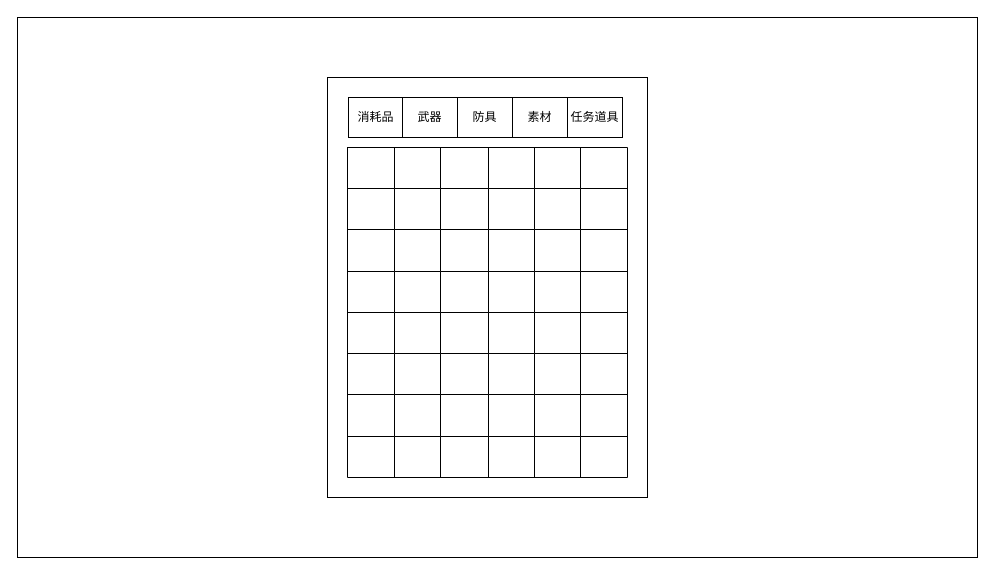
The draw.io diagram inventory_ui.drawio in ssw940521/archerBackend, before the edit. Source tidied: cells renumbered, new cells numbered last; positions are measured from the earlier drawing's top-left corner, leaving out a move shared by most shapes. Both pictures are drawn from the tidied source at 100%, with x=0, y=0 at pixel (17, 17).
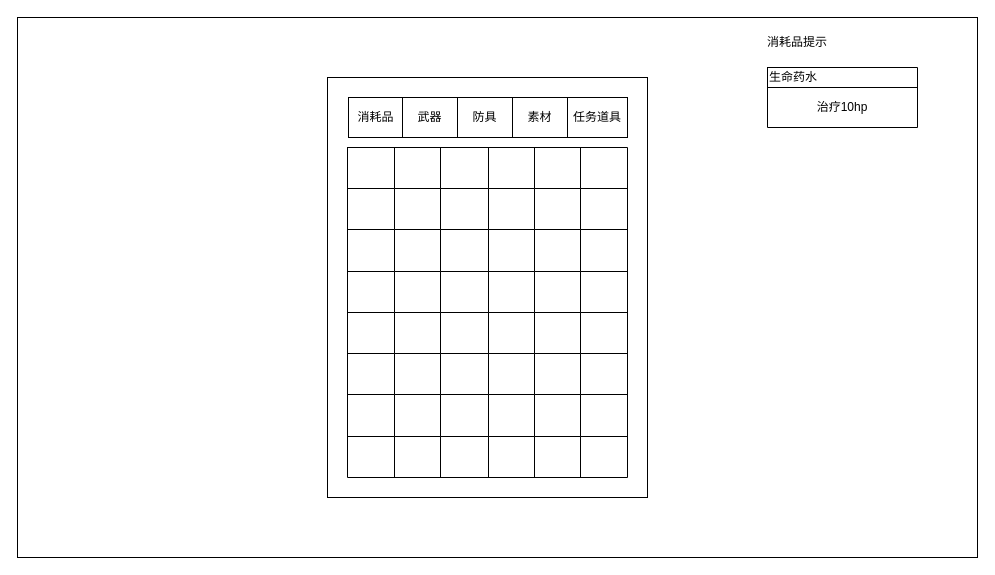
The same diagram, later.

Change to the diagram source:
```diff
@@
     <mxCell id="7" value="任务道具" style="rounded=0;whiteSpace=wrap;html=1;" parent="1" vertex="1">
-      <mxGeometry x="550" y="80" width="55" height="40" as="geometry" />
+      <mxGeometry x="550" y="80" width="60" height="40" as="geometry" />
     </mxCell>
@@
+    <mxCell id="66" value="消耗品提示" style="text;strokeColor=none;align=center;fillColor=none;html=1;verticalAlign=middle;whiteSpace=wrap;rounded=0;" parent="1" vertex="1">
+      <mxGeometry x="740" y="10" width="80" height="30" as="geometry" />
+    </mxCell>
+    <mxCell id="67" style="shape=table;startSize=0;childLayout=tableLayout;" parent="1" vertex="1">
+      <mxGeometry x="750" y="50" width="150" height="60" as="geometry" />
+    </mxCell>
+    <mxCell id="68" style="shape=tableRow;horizontal=0;startSize=0;swimlaneHead=0;swimlaneBody=0;strokeColor=inherit;top=0;left=0;bottom=0;right=0;fillColor=none;" parent="67" vertex="1">
+      <mxGeometry width="150" height="20" as="geometry" />
+    </mxCell>
+    <mxCell id="69" value="生命药水" style="shape=partialRectangle;html=1;whiteSpace=wrap;strokeColor=inherit;overflow=hidden;fillColor=none;top=0;left=0;bottom=0;right=0;align=left;" parent="68" vertex="1">
+      <mxGeometry width="150" height="20" as="geometry" />
+    </mxCell>
+    <mxCell id="70" style="shape=tableRow;horizontal=0;startSize=0;swimlaneHead=0;swimlaneBody=0;strokeColor=inherit;top=0;left=0;bottom=0;right=0;fillColor=none;" parent="67" vertex="1">
+      <mxGeometry y="20" width="150" height="40" as="geometry" />
+    </mxCell>
+    <mxCell id="71" value="治疗10h&lt;span style=&quot;background-color: transparent; color: light-dark(rgb(0, 0, 0), rgb(255, 255, 255));&quot;&gt;p&lt;/span&gt;" style="shape=partialRectangle;html=1;whiteSpace=wrap;strokeColor=inherit;overflow=hidden;fillColor=none;top=0;left=0;bottom=0;right=0;" parent="70" vertex="1">
+      <mxGeometry width="150" height="40" as="geometry" />
+    </mxCell>
```
